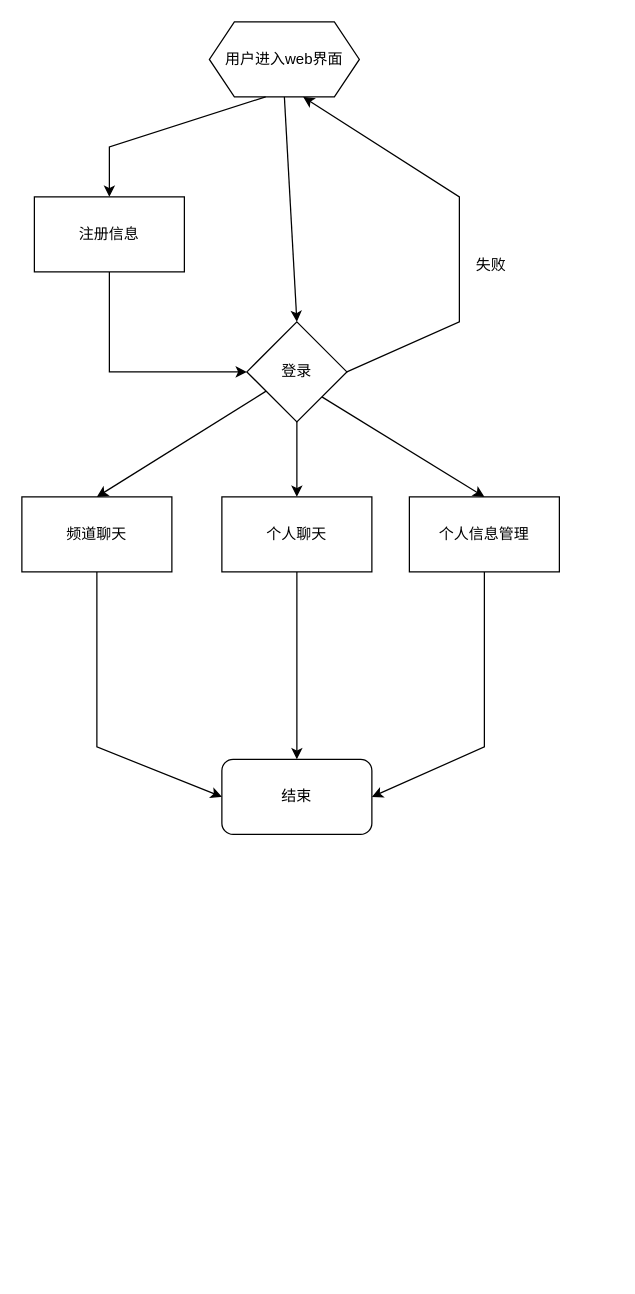
Earlier version of the draw.io diagram 未命名绘图.drawio (GitHubMind/testWeb). Source tidied: cells renumbered, new cells numbered last; positions are measured from the earlier drawing's top-left corner, leaving out a move shared by most shapes. Both pictures are drawn from the tidied source at 125%, with x=0, y=0 at pixel (21, 21).
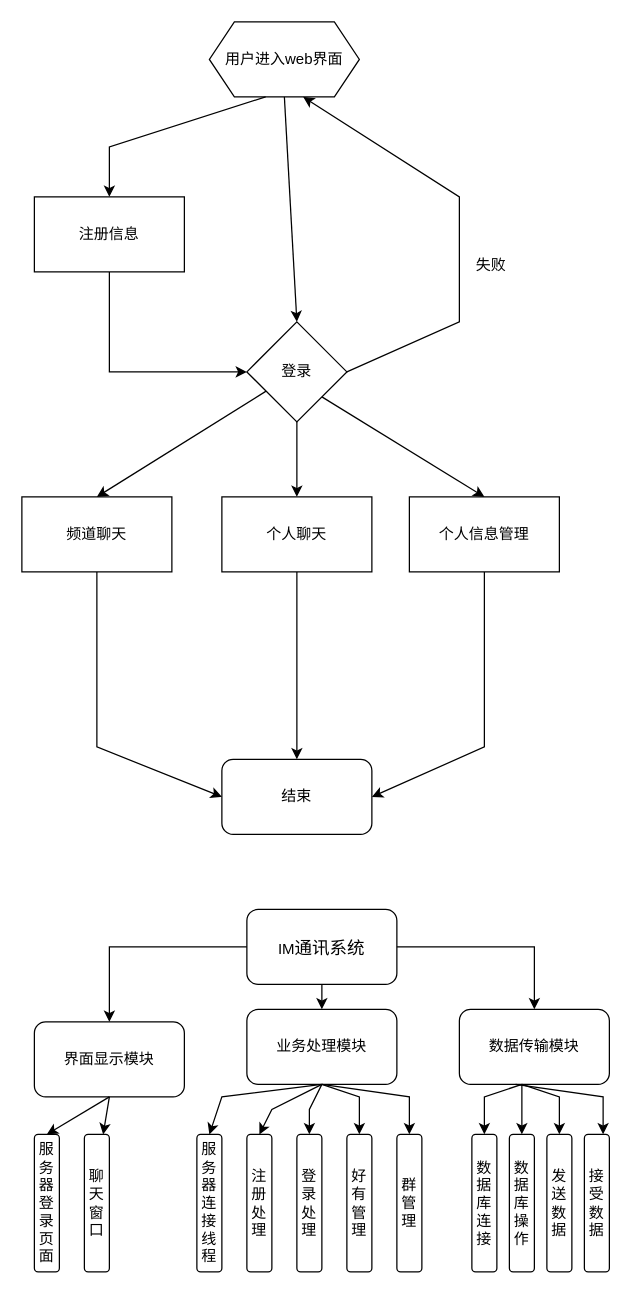
The same page after the edit.

Commit message:
更新未命名绘图.drawio

What changed in the source:
```diff
@@
+    <mxCell id="20" value="IM&lt;span style=&quot;text-align: start; font-size: 10.5pt; font-family: 宋体;&quot;&gt;通讯系统&lt;/span&gt;&lt;span style=&quot;font-size: medium; text-align: start;&quot;&gt;&lt;/span&gt;" style="rounded=1;whiteSpace=wrap;html=1;" parent="1" vertex="1">
+      <mxGeometry x="180" y="710" width="120" height="60" as="geometry" />
+    </mxCell>
+    <mxCell id="21" value="界面显示模块" style="rounded=1;whiteSpace=wrap;html=1;" parent="1" vertex="1">
+      <mxGeometry x="10" y="800" width="120" height="60" as="geometry" />
+    </mxCell>
+    <mxCell id="22" value="服务器登录页面" style="rounded=1;verticalAlign=middle;whiteSpace=wrap;" parent="1" vertex="1">
+      <mxGeometry x="10" y="890" width="20" height="110" as="geometry" />
+    </mxCell>
+    <mxCell id="23" value="聊天窗口" style="rounded=1;verticalAlign=middle;whiteSpace=wrap;" parent="1" vertex="1">
+      <mxGeometry x="50" y="890" width="20" height="110" as="geometry" />
+    </mxCell>
+    <mxCell id="24" value="业务处理模块&lt;br&gt;" style="rounded=1;whiteSpace=wrap;html=1;" parent="1" vertex="1">
+      <mxGeometry x="180" y="790" width="120" height="60" as="geometry" />
+    </mxCell>
+    <mxCell id="25" value="数据传输模块" style="rounded=1;whiteSpace=wrap;html=1;" parent="1" vertex="1">
+      <mxGeometry x="350" y="790" width="120" height="60" as="geometry" />
+    </mxCell>
+    <mxCell id="26" value="服务器连接线程" style="rounded=1;verticalAlign=middle;whiteSpace=wrap;" parent="1" vertex="1">
+      <mxGeometry x="140" y="890" width="20" height="110" as="geometry" />
+    </mxCell>
+    <mxCell id="27" value="注册处理" style="rounded=1;verticalAlign=middle;whiteSpace=wrap;" parent="1" vertex="1">
+      <mxGeometry x="180" y="890" width="20" height="110" as="geometry" />
+    </mxCell>
+    <mxCell id="28" value="登录处理" style="rounded=1;verticalAlign=middle;whiteSpace=wrap;" parent="1" vertex="1">
+      <mxGeometry x="220" y="890" width="20" height="110" as="geometry" />
+    </mxCell>
+    <mxCell id="29" value="好有管理" style="rounded=1;verticalAlign=middle;whiteSpace=wrap;" parent="1" vertex="1">
+      <mxGeometry x="260" y="890" width="20" height="110" as="geometry" />
+    </mxCell>
+    <mxCell id="30" value="群管理" style="rounded=1;verticalAlign=middle;whiteSpace=wrap;" parent="1" vertex="1">
+      <mxGeometry x="300" y="890" width="20" height="110" as="geometry" />
+    </mxCell>
+    <mxCell id="31" value="数据库连接" style="rounded=1;verticalAlign=middle;whiteSpace=wrap;" parent="1" vertex="1">
+      <mxGeometry x="360" y="890" width="20" height="110" as="geometry" />
+    </mxCell>
+    <mxCell id="32" value="数据库操作" style="rounded=1;verticalAlign=middle;whiteSpace=wrap;" parent="1" vertex="1">
+      <mxGeometry x="390" y="890" width="20" height="110" as="geometry" />
+    </mxCell>
+    <mxCell id="33" value="发送数据" style="rounded=1;verticalAlign=middle;whiteSpace=wrap;" parent="1" vertex="1">
+      <mxGeometry x="420" y="890" width="20" height="110" as="geometry" />
+    </mxCell>
+    <mxCell id="34" value="接受数据" style="rounded=1;verticalAlign=middle;whiteSpace=wrap;" parent="1" vertex="1">
+      <mxGeometry x="450" y="890" width="20" height="110" as="geometry" />
+    </mxCell>
+    <mxCell id="35" style="endArrow=classic;html=1;rounded=0;exitX=0;exitY=0.5;exitDx=0;exitDy=0;entryX=0.5;entryY=0;entryDx=0;entryDy=0;" parent="1" edge="1" source="20" target="21">
+      <mxGeometry relative="1" as="geometry">
+        <Array as="points">
+          <mxPoint x="70" y="740" />
+        </Array>
+      </mxGeometry>
+    </mxCell>
+    <mxCell id="36" style="endArrow=classic;html=1;rounded=0;exitX=0.5;exitY=1;exitDx=0;exitDy=0;entryX=0.5;entryY=0;entryDx=0;entryDy=0;" parent="1" edge="1" source="20" target="24">
+      <mxGeometry relative="1" as="geometry" />
+    </mxCell>
+    <mxCell id="37" style="endArrow=classic;html=1;rounded=0;exitX=1;exitY=0.5;exitDx=0;exitDy=0;entryX=0.5;entryY=0;entryDx=0;entryDy=0;" parent="1" edge="1" source="20" target="25">
+      <mxGeometry relative="1" as="geometry">
+        <Array as="points">
+          <mxPoint x="410" y="740" />
+        </Array>
+      </mxGeometry>
+    </mxCell>
+    <mxCell id="38" style="endArrow=classic;html=1;rounded=0;exitX=0.5;exitY=1;exitDx=0;exitDy=0;entryX=0.5;entryY=0;entryDx=0;entryDy=0;" parent="1" edge="1" source="21" target="22">
+      <mxGeometry relative="1" as="geometry">
+        <Array as="points">
+          <mxPoint x="70" y="860" />
+        </Array>
+      </mxGeometry>
+    </mxCell>
+    <mxCell id="39" style="endArrow=classic;html=1;rounded=0;exitX=0.5;exitY=1;exitDx=0;exitDy=0;entryX=0.75;entryY=0;entryDx=0;entryDy=0;" parent="1" edge="1" target="23">
+      <mxGeometry relative="1" as="geometry">
+        <mxPoint x="70" y="860" as="sourcePoint" />
+      </mxGeometry>
+    </mxCell>
+    <mxCell id="40" style="endArrow=classic;html=1;rounded=0;exitX=0.5;exitY=1;exitDx=0;exitDy=0;entryX=0.5;entryY=0;entryDx=0;entryDy=0;" parent="1" edge="1" source="24">
+      <mxGeometry relative="1" as="geometry">
+        <mxPoint x="150" y="890" as="targetPoint" />
+        <Array as="points">
+          <mxPoint x="160" y="860" />
+        </Array>
+      </mxGeometry>
+    </mxCell>
+    <mxCell id="41" style="endArrow=classic;html=1;rounded=0;entryX=0.5;entryY=0;entryDx=0;entryDy=0;" parent="1" edge="1" target="27">
+      <mxGeometry relative="1" as="geometry">
+        <mxPoint x="240" y="850" as="sourcePoint" />
+        <Array as="points">
+          <mxPoint x="200" y="870" />
+        </Array>
+      </mxGeometry>
+    </mxCell>
+    <mxCell id="42" style="endArrow=classic;html=1;rounded=0;entryX=0.5;entryY=0;entryDx=0;entryDy=0;" parent="1" edge="1" target="28">
+      <mxGeometry relative="1" as="geometry">
+        <mxPoint x="240" y="850" as="sourcePoint" />
+        <Array as="points">
+          <mxPoint x="230" y="870" />
+        </Array>
+      </mxGeometry>
+    </mxCell>
+    <mxCell id="43" style="endArrow=classic;html=1;rounded=0;entryX=0.5;entryY=0;entryDx=0;entryDy=0;" parent="1" edge="1" target="29">
+      <mxGeometry relative="1" as="geometry">
+        <mxPoint x="240" y="850" as="sourcePoint" />
+        <Array as="points">
+          <mxPoint x="270" y="860" />
+        </Array>
+      </mxGeometry>
+    </mxCell>
+    <mxCell id="44" style="endArrow=classic;html=1;rounded=0;" parent="1" edge="1">
+      <mxGeometry relative="1" as="geometry">
+        <mxPoint x="240" y="850" as="sourcePoint" />
+        <mxPoint x="310" y="890" as="targetPoint" />
+        <Array as="points">
+          <mxPoint x="310" y="860" />
+        </Array>
+      </mxGeometry>
+    </mxCell>
+    <mxCell id="45" style="endArrow=classic;html=1;rounded=0;entryX=0.5;entryY=0;entryDx=0;entryDy=0;" parent="1" edge="1">
+      <mxGeometry relative="1" as="geometry">
+        <mxPoint x="400" y="850" as="sourcePoint" />
+        <mxPoint x="370" y="890" as="targetPoint" />
+        <Array as="points">
+          <mxPoint x="370" y="860" />
+        </Array>
+      </mxGeometry>
+    </mxCell>
+    <mxCell id="46" style="endArrow=classic;html=1;rounded=0;entryX=0.5;entryY=0;entryDx=0;entryDy=0;" parent="1" edge="1">
+      <mxGeometry relative="1" as="geometry">
+        <mxPoint x="400" y="850" as="sourcePoint" />
+        <mxPoint x="400" y="890" as="targetPoint" />
+        <Array as="points">
+          <mxPoint x="400" y="870" />
+        </Array>
+      </mxGeometry>
+    </mxCell>
+    <mxCell id="47" style="endArrow=classic;html=1;rounded=0;entryX=0.5;entryY=0;entryDx=0;entryDy=0;" parent="1" edge="1">
+      <mxGeometry relative="1" as="geometry">
+        <mxPoint x="400" y="850" as="sourcePoint" />
+        <mxPoint x="430" y="890" as="targetPoint" />
+        <Array as="points">
+          <mxPoint x="430" y="860" />
+        </Array>
+      </mxGeometry>
+    </mxCell>
+    <mxCell id="48" style="endArrow=classic;html=1;rounded=0;" parent="1" edge="1">
+      <mxGeometry relative="1" as="geometry">
+        <mxPoint x="395" y="850" as="sourcePoint" />
+        <mxPoint x="465" y="890" as="targetPoint" />
+        <Array as="points">
+          <mxPoint x="465" y="860" />
+        </Array>
+      </mxGeometry>
+    </mxCell>
```
